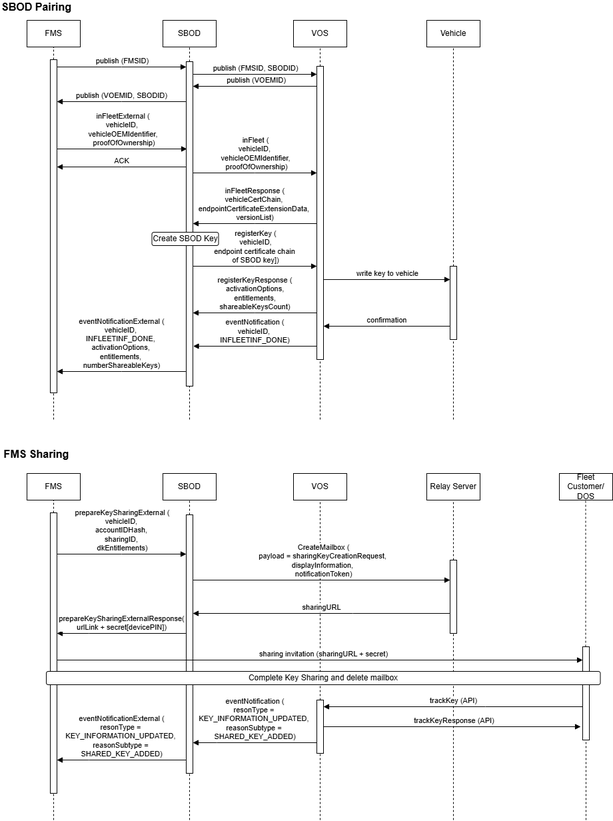
Before: Infleeting.drawio.png, a diagram exported from draw.io (LaurenHsu31/DKC). Source tidied: cells renumbered, new cells last; positions are measured from the earlier drawing's top-left corner, leaving out a move shared by most shapes.
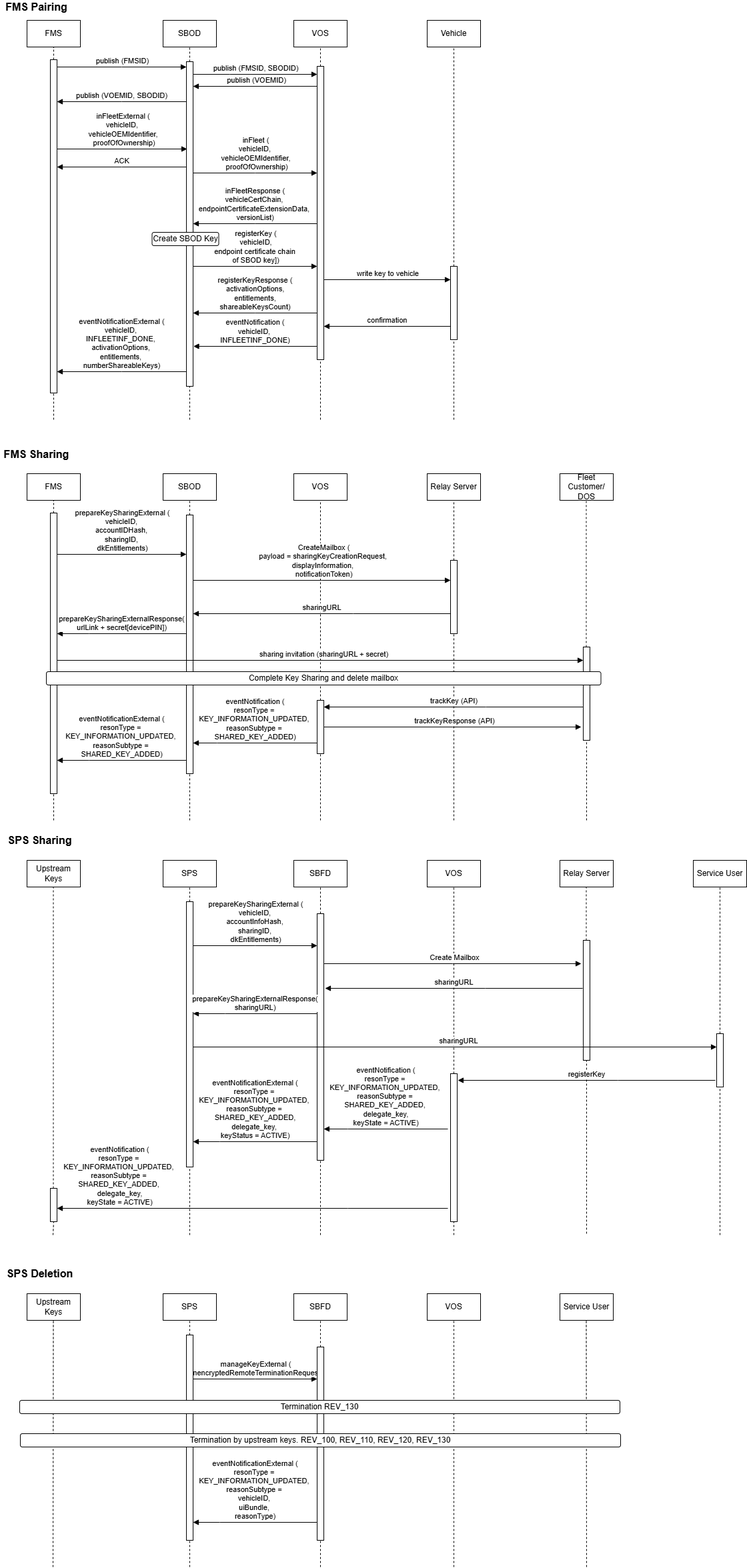
The same file after the commit.

The edit, as a diff of the source:
```diff
@@ -13,7 +13,7 @@
     <mxCell id="4" style="endArrow=none;dashed=1;html=1;rounded=0;entryX=0.5;entryY=1;entryDx=0;entryDy=0;" parent="1" edge="1" source="16" target="6">
       <mxGeometry relative="1" as="geometry" />
     </mxCell>
-    <mxCell id="5" value="SBOD Pairing" style="text;html=1;align=center;verticalAlign=middle;whiteSpace=wrap;rounded=0;fontSize=16;fontStyle=1;" parent="1" vertex="1">
+    <mxCell id="5" value="FMS Pairing" style="text;html=1;align=center;verticalAlign=middle;whiteSpace=wrap;rounded=0;fontSize=16;fontStyle=1;" parent="1" vertex="1">
       <mxGeometry width="109" height="20" as="geometry" />
     </mxCell>
     <mxCell id="6" value="FMS" style="rounded=0;whiteSpace=wrap;html=1;" parent="1" vertex="1">
@@ -287,5 +287,251 @@
     <mxCell id="64" value="Complete Key Sharing and delete mailbox" style="rounded=1;whiteSpace=wrap;html=1;" parent="1" vertex="1">
       <mxGeometry x="69" y="1007" width="831.5" height="20" as="geometry" />
     </mxCell>
+    <mxCell id="65" value="SPS Sharing" style="text;html=1;align=center;verticalAlign=middle;whiteSpace=wrap;rounded=0;fontSize=16;fontStyle=1;" parent="1" vertex="1">
+      <mxGeometry y="1250" width="119" height="20" as="geometry" />
+    </mxCell>
+    <mxCell id="66" style="endArrow=none;dashed=1;html=1;rounded=0;entryX=0.5;entryY=1;entryDx=0;entryDy=0;" parent="1" edge="1" source="84">
+      <mxGeometry relative="1" as="geometry">
+        <mxPoint x="480" y="1330" as="targetPoint" />
+      </mxGeometry>
+    </mxCell>
+    <mxCell id="67" style="endArrow=none;dashed=1;html=1;rounded=0;entryX=0.5;entryY=1;entryDx=0;entryDy=0;" parent="1" edge="1" source="75" target="69">
+      <mxGeometry relative="1" as="geometry" />
+    </mxCell>
+    <mxCell id="68" value="Upstream Keys" style="rounded=0;whiteSpace=wrap;html=1;" parent="1" vertex="1">
+      <mxGeometry x="40" y="1290" width="80" height="40" as="geometry" />
+    </mxCell>
+    <mxCell id="69" value="SPS" style="rounded=0;whiteSpace=wrap;html=1;" parent="1" vertex="1">
+      <mxGeometry x="244" y="1290" width="80" height="40" as="geometry" />
+    </mxCell>
+    <mxCell id="70" value="SBFD" style="rounded=0;whiteSpace=wrap;html=1;" parent="1" vertex="1">
+      <mxGeometry x="440" y="1290" width="80" height="40" as="geometry" />
+    </mxCell>
+    <mxCell id="71" value="VOS" style="rounded=0;whiteSpace=wrap;html=1;" parent="1" vertex="1">
+      <mxGeometry x="640" y="1290" width="80" height="40" as="geometry" />
+    </mxCell>
+    <mxCell id="72" style="endArrow=none;dashed=1;html=1;rounded=0;entryX=0.5;entryY=1;entryDx=0;entryDy=0;" parent="1" edge="1" source="77">
+      <mxGeometry relative="1" as="geometry">
+        <mxPoint x="680" y="1330" as="targetPoint" />
+      </mxGeometry>
+    </mxCell>
+    <mxCell id="73" value="prepareKeySharingExternal (&lt;div&gt;vehicleID,&amp;nbsp;&lt;/div&gt;&lt;div&gt;accountInfoHash,&amp;nbsp;&lt;/div&gt;&lt;div&gt;sharingID,&amp;nbsp;&lt;/div&gt;&lt;div&gt;dkEntitlements)&lt;/div&gt;" style="html=1;verticalAlign=bottom;endArrow=block;edgeStyle=elbowEdgeStyle;elbow=vertical;curved=0;rounded=0;" parent="1" edge="1">
+      <mxGeometry x="0.01" relative="1" as="geometry">
+        <mxPoint x="289" y="1418" as="sourcePoint" />
+        <mxPoint x="475" y="1418" as="targetPoint" />
+      </mxGeometry>
+    </mxCell>
+    <mxCell id="74" style="endArrow=none;dashed=1;html=1;rounded=0;entryX=0.5;entryY=1;entryDx=0;entryDy=0;" parent="1" edge="1">
+      <mxGeometry relative="1" as="geometry">
+        <mxPoint x="284" y="1852" as="sourcePoint" />
+        <mxPoint x="284" y="1752" as="targetPoint" />
+      </mxGeometry>
+    </mxCell>
+    <mxCell id="75" style="html=1;points=[];perimeter=orthogonalPerimeter;outlineConnect=0;targetShapes=umlLifeline;portConstraint=eastwest;newEdgeStyle={&quot;edgeStyle&quot;:&quot;elbowEdgeStyle&quot;,&quot;elbow&quot;:&quot;vertical&quot;,&quot;curved&quot;:0,&quot;rounded&quot;:0};" parent="1" vertex="1">
+      <mxGeometry x="279" y="1352" width="10" height="398" as="geometry" />
+    </mxCell>
+    <mxCell id="76" style="endArrow=none;dashed=1;html=1;rounded=0;entryX=0.5;entryY=1;entryDx=0;entryDy=0;" parent="1" edge="1" target="77">
+      <mxGeometry relative="1" as="geometry">
+        <mxPoint x="680" y="1852" as="sourcePoint" />
+      </mxGeometry>
+    </mxCell>
+    <mxCell id="77" style="html=1;points=[];perimeter=orthogonalPerimeter;outlineConnect=0;targetShapes=umlLifeline;portConstraint=eastwest;newEdgeStyle={&quot;edgeStyle&quot;:&quot;elbowEdgeStyle&quot;,&quot;elbow&quot;:&quot;vertical&quot;,&quot;curved&quot;:0,&quot;rounded&quot;:0};" parent="1" vertex="1">
+      <mxGeometry x="675" y="1610" width="10" height="222" as="geometry" />
+    </mxCell>
+    <mxCell id="78" value="Relay Server" style="rounded=0;whiteSpace=wrap;html=1;" parent="1" vertex="1">
+      <mxGeometry x="839" y="1290" width="80" height="40" as="geometry" />
+    </mxCell>
+    <mxCell id="79" style="endArrow=none;dashed=1;html=1;rounded=0;entryX=0.5;entryY=1;entryDx=0;entryDy=0;" parent="1" edge="1" source="86">
+      <mxGeometry relative="1" as="geometry">
+        <mxPoint x="878.5" y="1330" as="targetPoint" />
+      </mxGeometry>
+    </mxCell>
+    <mxCell id="80" style="endArrow=none;dashed=1;html=1;rounded=0;entryX=0.5;entryY=1;entryDx=0;entryDy=0;" parent="1" edge="1" source="91" target="81">
+      <mxGeometry relative="1" as="geometry" />
+    </mxCell>
+    <mxCell id="81" value="Service User" style="rounded=0;whiteSpace=wrap;html=1;" parent="1" vertex="1">
+      <mxGeometry x="1039" y="1290" width="80" height="40" as="geometry" />
+    </mxCell>
+    <mxCell id="82" style="endArrow=none;dashed=1;html=1;rounded=0;entryX=0.5;entryY=1;entryDx=0;entryDy=0;" parent="1" edge="1" source="95">
+      <mxGeometry relative="1" as="geometry">
+        <mxPoint x="79.5" y="1330" as="targetPoint" />
+      </mxGeometry>
+    </mxCell>
+    <mxCell id="83" style="endArrow=none;dashed=1;html=1;rounded=0;" parent="1" edge="1" target="84">
+      <mxGeometry relative="1" as="geometry">
+        <mxPoint x="480" y="1852" as="sourcePoint" />
+      </mxGeometry>
+    </mxCell>
+    <mxCell id="84" style="html=1;points=[];perimeter=orthogonalPerimeter;outlineConnect=0;targetShapes=umlLifeline;portConstraint=eastwest;newEdgeStyle={&quot;edgeStyle&quot;:&quot;elbowEdgeStyle&quot;,&quot;elbow&quot;:&quot;vertical&quot;,&quot;curved&quot;:0,&quot;rounded&quot;:0};" parent="1" vertex="1">
+      <mxGeometry x="475" y="1370" width="10" height="370" as="geometry" />
+    </mxCell>
+    <mxCell id="85" style="endArrow=none;dashed=1;html=1;rounded=0;entryX=0.5;entryY=1;entryDx=0;entryDy=0;" parent="1" edge="1" target="86">
+      <mxGeometry relative="1" as="geometry">
+        <mxPoint x="879" y="1850" as="sourcePoint" />
+      </mxGeometry>
+    </mxCell>
+    <mxCell id="86" style="html=1;points=[];perimeter=orthogonalPerimeter;outlineConnect=0;targetShapes=umlLifeline;portConstraint=eastwest;newEdgeStyle={&quot;edgeStyle&quot;:&quot;elbowEdgeStyle&quot;,&quot;elbow&quot;:&quot;vertical&quot;,&quot;curved&quot;:0,&quot;rounded&quot;:0};" parent="1" vertex="1">
+      <mxGeometry x="874" y="1410" width="10" height="180" as="geometry" />
+    </mxCell>
+    <mxCell id="87" value="Create Mailbox" style="html=1;verticalAlign=bottom;endArrow=block;edgeStyle=elbowEdgeStyle;elbow=vertical;curved=0;rounded=0;" parent="1" edge="1">
+      <mxGeometry x="0.01" relative="1" as="geometry">
+        <mxPoint x="485" y="1445" as="sourcePoint" />
+        <mxPoint x="871" y="1445" as="targetPoint" />
+      </mxGeometry>
+    </mxCell>
+    <mxCell id="88" value="sharingURL" style="html=1;verticalAlign=bottom;endArrow=block;edgeStyle=elbowEdgeStyle;elbow=vertical;curved=0;rounded=0;" parent="1" edge="1">
+      <mxGeometry relative="1" as="geometry">
+        <mxPoint x="873" y="1482" as="sourcePoint" />
+        <mxPoint x="487" y="1482" as="targetPoint" />
+        <Array as="points">
+          <mxPoint x="727" y="1482" />
+        </Array>
+      </mxGeometry>
+    </mxCell>
+    <mxCell id="89" value="prepareKeySharingExternalResponse(&lt;div&gt;sharingURL)&lt;/div&gt;" style="html=1;verticalAlign=bottom;endArrow=block;edgeStyle=elbowEdgeStyle;elbow=vertical;curved=0;rounded=0;" parent="1" edge="1" source="84" target="75">
+      <mxGeometry relative="1" as="geometry">
+        <Array as="points">
+          <mxPoint x="337" y="1520" />
+        </Array>
+      </mxGeometry>
+    </mxCell>
+    <mxCell id="90" style="endArrow=none;dashed=1;html=1;rounded=0;entryX=0.5;entryY=1;entryDx=0;entryDy=0;" parent="1" edge="1">
+      <mxGeometry relative="1" as="geometry">
+        <mxPoint x="1079" y="1852" as="sourcePoint" />
+        <mxPoint x="1079" y="1582" as="targetPoint" />
+      </mxGeometry>
+    </mxCell>
+    <mxCell id="91" style="html=1;points=[];perimeter=orthogonalPerimeter;outlineConnect=0;targetShapes=umlLifeline;portConstraint=eastwest;newEdgeStyle={&quot;edgeStyle&quot;:&quot;elbowEdgeStyle&quot;,&quot;elbow&quot;:&quot;vertical&quot;,&quot;curved&quot;:0,&quot;rounded&quot;:0};" parent="1" vertex="1">
+      <mxGeometry x="1074" y="1550" width="10" height="80" as="geometry" />
+    </mxCell>
+    <mxCell id="92" value="sharingURL" style="html=1;verticalAlign=bottom;endArrow=block;edgeStyle=elbowEdgeStyle;elbow=vertical;curved=0;rounded=0;" parent="1" edge="1" target="91">
+      <mxGeometry x="0.01" relative="1" as="geometry">
+        <mxPoint x="289" y="1570" as="sourcePoint" />
+      </mxGeometry>
+    </mxCell>
+    <mxCell id="93" value="eventNotificationExternal (&lt;div&gt;resonType =&amp;nbsp;&lt;/div&gt;&lt;div&gt;KEY_INFORMATION_UPDATED,&amp;nbsp;&lt;/div&gt;&lt;div&gt;reasonSubtype =&amp;nbsp;&lt;/div&gt;&lt;div&gt;SHARED_KEY_ADDED,&lt;/div&gt;&lt;div&gt;delegate_key,&amp;nbsp;&lt;/div&gt;&lt;div&gt;keyStatus = ACTIVE)&lt;/div&gt;" style="html=1;verticalAlign=bottom;endArrow=block;edgeStyle=elbowEdgeStyle;elbow=vertical;curved=0;rounded=0;" parent="1" edge="1">
+      <mxGeometry relative="1" as="geometry">
+        <mxPoint x="475" y="1712" as="sourcePoint" />
+        <mxPoint x="289" y="1712" as="targetPoint" />
+        <Array as="points">
+          <mxPoint x="329" y="1712" />
+        </Array>
+      </mxGeometry>
+    </mxCell>
+    <mxCell id="94" style="endArrow=none;dashed=1;html=1;rounded=0;entryX=0.5;entryY=1;entryDx=0;entryDy=0;" parent="1" edge="1" target="95">
+      <mxGeometry relative="1" as="geometry">
+        <mxPoint x="79" y="1852" as="sourcePoint" />
+      </mxGeometry>
+    </mxCell>
+    <mxCell id="95" style="html=1;points=[];perimeter=orthogonalPerimeter;outlineConnect=0;targetShapes=umlLifeline;portConstraint=eastwest;newEdgeStyle={&quot;edgeStyle&quot;:&quot;elbowEdgeStyle&quot;,&quot;elbow&quot;:&quot;vertical&quot;,&quot;curved&quot;:0,&quot;rounded&quot;:0};" parent="1" vertex="1">
+      <mxGeometry x="75" y="1782" width="10" height="50" as="geometry" />
+    </mxCell>
+    <mxCell id="96" value="eventNotification (&lt;div&gt;resonType =&amp;nbsp;&lt;/div&gt;&lt;div&gt;KEY_INFORMATION_UPDATED,&amp;nbsp;&lt;/div&gt;&lt;div&gt;reasonSubtype =&amp;nbsp;&lt;/div&gt;&lt;div&gt;SHARED_KEY_ADDED,&amp;nbsp;&lt;/div&gt;&lt;div&gt;delegate_key,&lt;/div&gt;&lt;div&gt;keyState = ACTIVE)&lt;/div&gt;" style="html=1;verticalAlign=bottom;endArrow=block;edgeStyle=elbowEdgeStyle;elbow=vertical;curved=0;rounded=0;" parent="1" edge="1">
+      <mxGeometry relative="1" as="geometry">
+        <mxPoint x="671" y="1693" as="sourcePoint" />
+        <mxPoint x="485" y="1693" as="targetPoint" />
+        <Array as="points">
+          <mxPoint x="521" y="1693" />
+        </Array>
+      </mxGeometry>
+    </mxCell>
+    <mxCell id="97" value="eventNotification (&lt;div&gt;resonType =&amp;nbsp;&lt;/div&gt;&lt;div&gt;KEY_INFORMATION_UPDATED,&amp;nbsp;&lt;/div&gt;&lt;div&gt;reasonSubtype =&amp;nbsp;&lt;/div&gt;&lt;div&gt;SHARED_KEY_ADDED,&amp;nbsp;&lt;/div&gt;&lt;div&gt;delegate_key,&lt;/div&gt;&lt;div&gt;keyState = ACTIVE)&lt;/div&gt;" style="html=1;verticalAlign=bottom;endArrow=block;edgeStyle=elbowEdgeStyle;elbow=vertical;curved=0;rounded=0;" parent="1" edge="1" target="95">
+      <mxGeometry x="0.68" relative="1" as="geometry">
+        <mxPoint x="671" y="1812" as="sourcePoint" />
+        <Array as="points">
+          <mxPoint x="521" y="1812" />
+        </Array>
+      </mxGeometry>
+    </mxCell>
+    <mxCell id="98" value="registerKey" style="html=1;verticalAlign=bottom;endArrow=block;edgeStyle=elbowEdgeStyle;elbow=vertical;curved=0;rounded=0;" parent="1" edge="1">
+      <mxGeometry relative="1" as="geometry">
+        <mxPoint x="1072" y="1620" as="sourcePoint" />
+        <mxPoint x="686" y="1620" as="targetPoint" />
+        <Array as="points">
+          <mxPoint x="926" y="1620" />
+        </Array>
+      </mxGeometry>
+    </mxCell>
+    <mxCell id="99" value="SPS Deletion" style="text;html=1;align=center;verticalAlign=middle;whiteSpace=wrap;rounded=0;fontSize=16;fontStyle=1;" parent="1" vertex="1">
+      <mxGeometry y="1900" width="119" height="20" as="geometry" />
+    </mxCell>
+    <mxCell id="100" style="endArrow=none;dashed=1;html=1;rounded=0;entryX=0.5;entryY=1;entryDx=0;entryDy=0;" parent="1" edge="1" source="114">
+      <mxGeometry relative="1" as="geometry">
+        <mxPoint x="480" y="1980" as="targetPoint" />
+      </mxGeometry>
+    </mxCell>
+    <mxCell id="101" style="endArrow=none;dashed=1;html=1;rounded=0;entryX=0.5;entryY=1;entryDx=0;entryDy=0;" parent="1" edge="1" source="109" target="103">
+      <mxGeometry relative="1" as="geometry" />
+    </mxCell>
+    <mxCell id="102" value="Upstream Keys" style="rounded=0;whiteSpace=wrap;html=1;" parent="1" vertex="1">
+      <mxGeometry x="40" y="1940" width="80" height="40" as="geometry" />
+    </mxCell>
+    <mxCell id="103" value="SPS" style="rounded=0;whiteSpace=wrap;html=1;" parent="1" vertex="1">
+      <mxGeometry x="244" y="1940" width="80" height="40" as="geometry" />
+    </mxCell>
+    <mxCell id="104" value="SBFD" style="rounded=0;whiteSpace=wrap;html=1;" parent="1" vertex="1">
+      <mxGeometry x="440" y="1940" width="80" height="40" as="geometry" />
+    </mxCell>
+    <mxCell id="105" value="VOS" style="rounded=0;whiteSpace=wrap;html=1;" parent="1" vertex="1">
+      <mxGeometry x="640" y="1940" width="80" height="40" as="geometry" />
+    </mxCell>
+    <mxCell id="106" style="endArrow=none;dashed=1;html=1;rounded=0;entryX=0.5;entryY=1;entryDx=0;entryDy=0;" parent="1" edge="1">
+      <mxGeometry relative="1" as="geometry">
+        <mxPoint x="680" y="2350" as="sourcePoint" />
+        <mxPoint x="680" y="1980" as="targetPoint" />
+      </mxGeometry>
+    </mxCell>
+    <mxCell id="107" value="manageKeyExternal (&lt;div&gt;unencryptedRemoteTerminationRequest)&lt;/div&gt;" style="html=1;verticalAlign=bottom;endArrow=block;edgeStyle=elbowEdgeStyle;elbow=vertical;curved=0;rounded=0;" parent="1" edge="1">
+      <mxGeometry x="0.01" relative="1" as="geometry">
+        <mxPoint x="289" y="2068" as="sourcePoint" />
+        <mxPoint x="475" y="2068" as="targetPoint" />
+      </mxGeometry>
+    </mxCell>
+    <mxCell id="108" style="endArrow=none;dashed=1;html=1;rounded=0;" parent="1" edge="1" target="109">
+      <mxGeometry relative="1" as="geometry">
+        <mxPoint x="284" y="2350" as="sourcePoint" />
+      </mxGeometry>
+    </mxCell>
+    <mxCell id="109" style="html=1;points=[];perimeter=orthogonalPerimeter;outlineConnect=0;targetShapes=umlLifeline;portConstraint=eastwest;newEdgeStyle={&quot;edgeStyle&quot;:&quot;elbowEdgeStyle&quot;,&quot;elbow&quot;:&quot;vertical&quot;,&quot;curved&quot;:0,&quot;rounded&quot;:0};" parent="1" vertex="1">
+      <mxGeometry x="279" y="2002" width="10" height="308" as="geometry" />
+    </mxCell>
+    <mxCell id="110" value="Service User" style="rounded=0;whiteSpace=wrap;html=1;" parent="1" vertex="1">
+      <mxGeometry x="839" y="1940" width="80" height="40" as="geometry" />
+    </mxCell>
+    <mxCell id="111" style="endArrow=none;dashed=1;html=1;rounded=0;entryX=0.5;entryY=1;entryDx=0;entryDy=0;" parent="1" edge="1">
+      <mxGeometry relative="1" as="geometry">
+        <mxPoint x="879" y="2350" as="sourcePoint" />
+        <mxPoint x="878.5" y="1980" as="targetPoint" />
+      </mxGeometry>
+    </mxCell>
+    <mxCell id="112" style="endArrow=none;dashed=1;html=1;rounded=0;entryX=0.5;entryY=1;entryDx=0;entryDy=0;" parent="1" edge="1">
+      <mxGeometry relative="1" as="geometry">
+        <mxPoint x="79" y="2350" as="sourcePoint" />
+        <mxPoint x="79.5" y="1980" as="targetPoint" />
+      </mxGeometry>
+    </mxCell>
+    <mxCell id="113" style="endArrow=none;dashed=1;html=1;rounded=0;" parent="1" edge="1" target="114">
+      <mxGeometry relative="1" as="geometry">
+        <mxPoint x="480" y="2350" as="sourcePoint" />
+      </mxGeometry>
+    </mxCell>
+    <mxCell id="114" style="html=1;points=[];perimeter=orthogonalPerimeter;outlineConnect=0;targetShapes=umlLifeline;portConstraint=eastwest;newEdgeStyle={&quot;edgeStyle&quot;:&quot;elbowEdgeStyle&quot;,&quot;elbow&quot;:&quot;vertical&quot;,&quot;curved&quot;:0,&quot;rounded&quot;:0};" parent="1" vertex="1">
+      <mxGeometry x="475" y="2020" width="10" height="290" as="geometry" />
+    </mxCell>
+    <mxCell id="115" value="eventNotificationExternal (&lt;div&gt;resonType =&amp;nbsp;&lt;/div&gt;&lt;div&gt;KEY_INFORMATION_UPDATED,&amp;nbsp;&lt;/div&gt;&lt;div&gt;reasonSubtype =&amp;nbsp;&lt;/div&gt;&lt;div&gt;&lt;span style=&quot;background-color: light-dark(#ffffff, var(--ge-dark-color, #121212)); color: light-dark(rgb(0, 0, 0), rgb(255, 255, 255));&quot;&gt;vehicleID,&amp;nbsp;&lt;/span&gt;&lt;/div&gt;&lt;div&gt;&lt;span style=&quot;background-color: light-dark(#ffffff, var(--ge-dark-color, #121212)); color: light-dark(rgb(0, 0, 0), rgb(255, 255, 255));&quot;&gt;uiBundle,&amp;nbsp;&lt;/span&gt;&lt;/div&gt;&lt;div&gt;&lt;span style=&quot;background-color: light-dark(#ffffff, var(--ge-dark-color, #121212)); color: light-dark(rgb(0, 0, 0), rgb(255, 255, 255));&quot;&gt;reasonType)&lt;/span&gt;&lt;/div&gt;" style="html=1;verticalAlign=bottom;endArrow=block;edgeStyle=elbowEdgeStyle;elbow=vertical;curved=0;rounded=0;" parent="1" edge="1">
+      <mxGeometry relative="1" as="geometry">
+        <mxPoint x="475" y="2283" as="sourcePoint" />
+        <mxPoint x="289" y="2283" as="targetPoint" />
+        <Array as="points">
+          <mxPoint x="329" y="2283" />
+        </Array>
+      </mxGeometry>
+    </mxCell>
+    <mxCell id="116" value="Termination REV_130" style="rounded=1;whiteSpace=wrap;html=1;" parent="1" vertex="1">
+      <mxGeometry x="29" y="2100" width="900" height="20" as="geometry" />
+    </mxCell>
+    <mxCell id="117" value="Termination by upstream keys. REV_100, REV_110, REV_120, REV_130" style="rounded=1;whiteSpace=wrap;html=1;" parent="1" vertex="1">
+      <mxGeometry x="30" y="2150" width="900" height="20" as="geometry" />
+    </mxCell>
   </root>
 </mxGraphModel>
```
